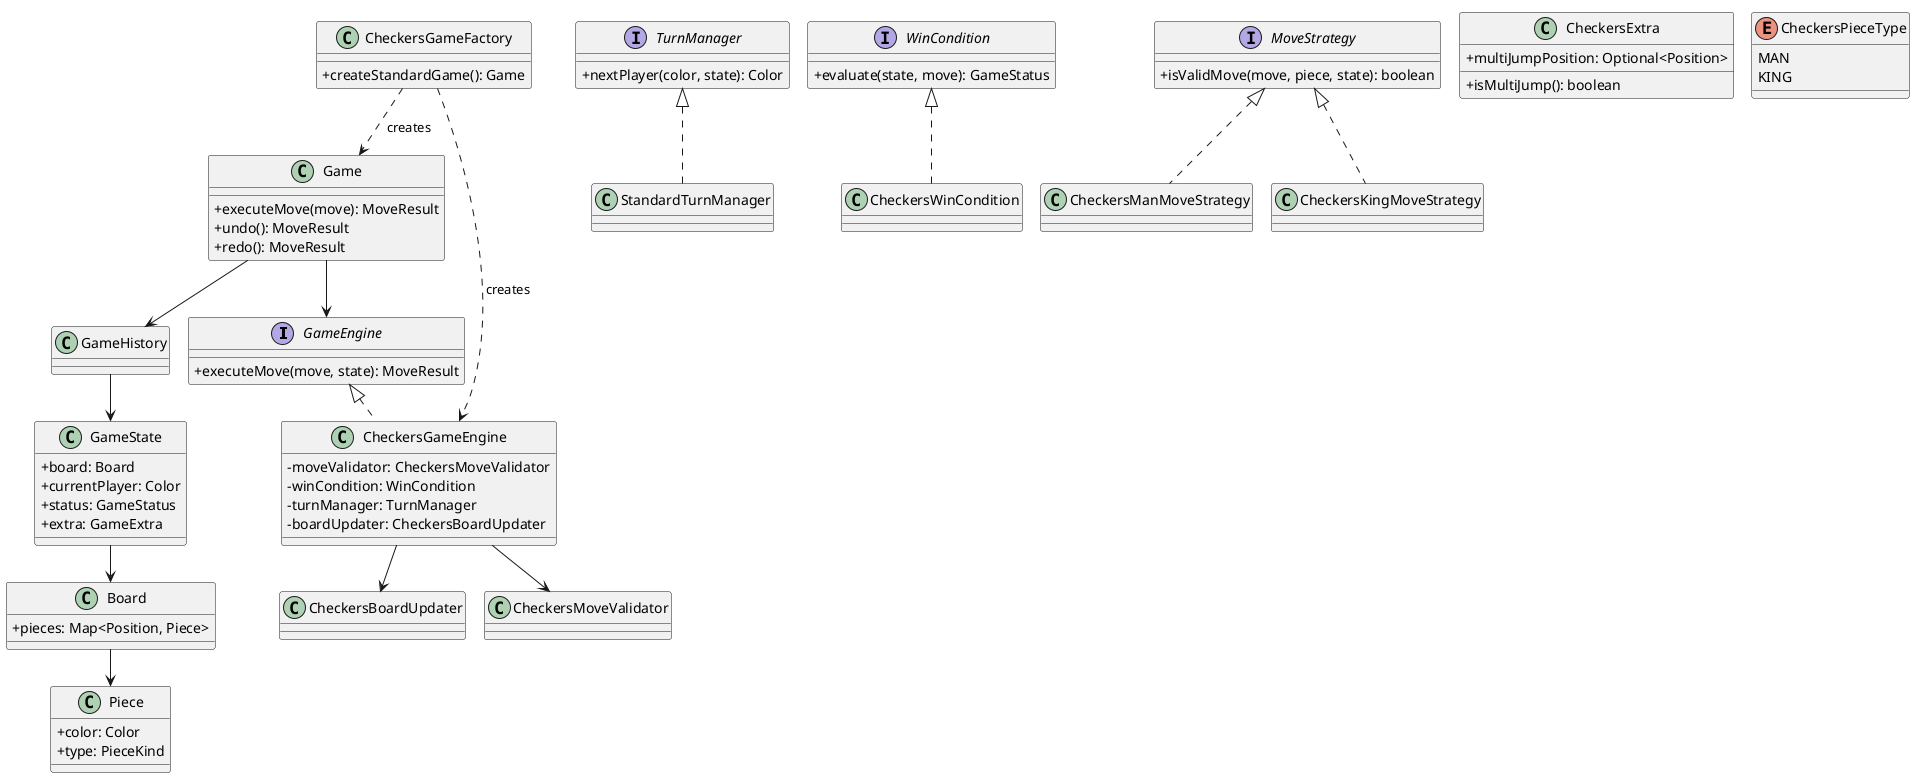
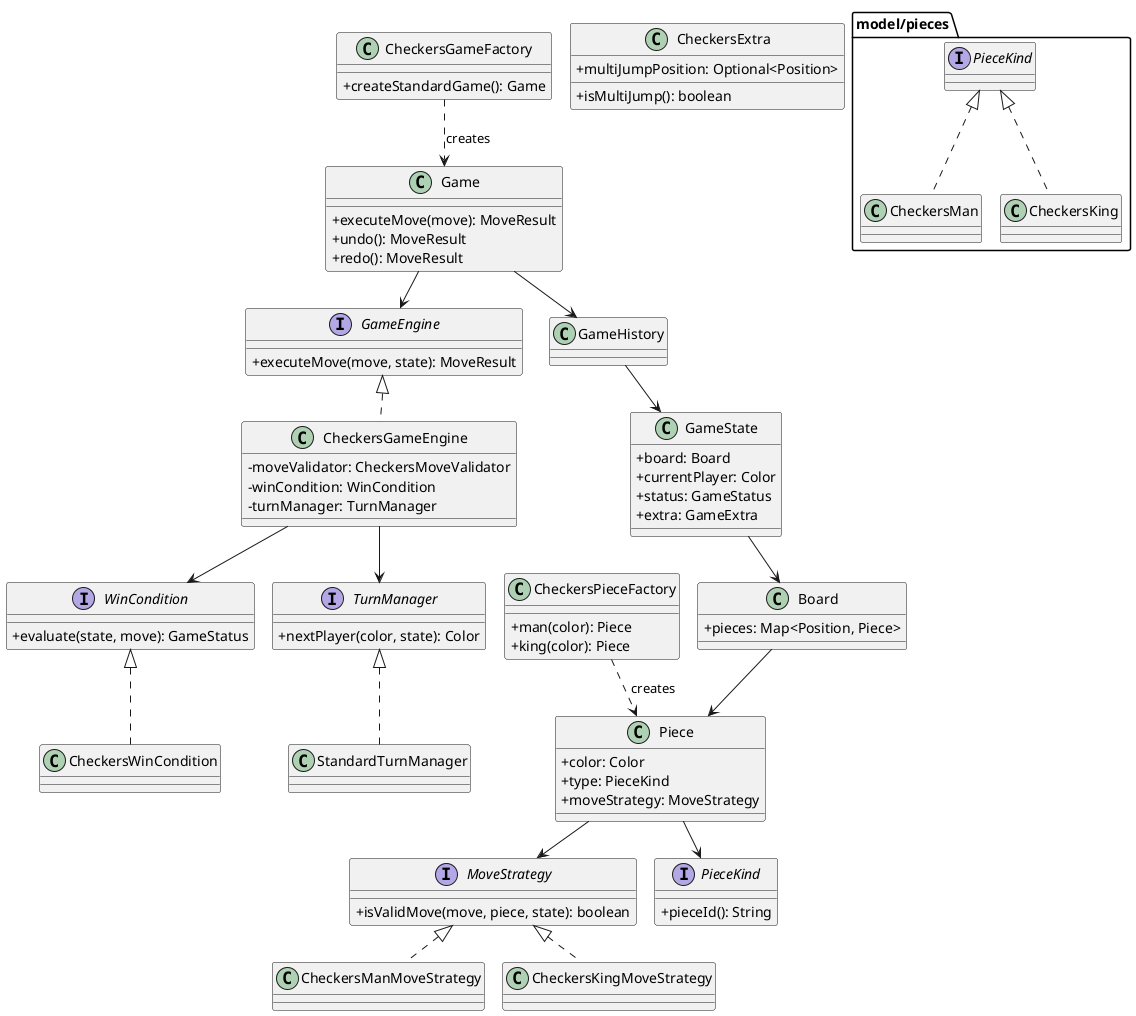
@startuml checkers-class-diagram
!pragma layout smetana
skinparam classAttributeIconSize 0

interface GameEngine {
  +executeMove(move, state): MoveResult
}
interface TurnManager {
  +nextPlayer(color, state): Color
}
interface WinCondition {
  +evaluate(state, move): GameStatus
}
interface MoveStrategy {
  +isValidMove(move, piece, state): boolean
+ }
+ interface PieceKind {
+   +pieceId(): String
}

class Game {
  +executeMove(move): MoveResult
  +undo(): MoveResult
  +redo(): MoveResult
}
class GameHistory
class GameState {
  +board: Board
  +currentPlayer: Color
  +status: GameStatus
  +extra: GameExtra
}
class Board {
  +pieces: Map<Position, Piece>
}
class Piece {
  +color: Color
  +type: PieceKind
+   +moveStrategy: MoveStrategy
}

+ package "model/pieces" {
+   class CheckersMan implements PieceKind
+   class CheckersKing implements PieceKind
+ }
+ 
+ class CheckersExtra {
+   +multiJumpPosition: Optional<Position>
+   +isMultiJump(): boolean
+ }
+ class CheckersPieceFactory {
+   +man(color): Piece
+   +king(color): Piece
+ }
+ class CheckersWinCondition implements WinCondition
+ class StandardTurnManager implements TurnManager
+ class CheckersManMoveStrategy implements MoveStrategy
+ class CheckersKingMoveStrategy implements MoveStrategy
class CheckersGameEngine implements GameEngine {
  -moveValidator: CheckersMoveValidator
  -winCondition: WinCondition
  -turnManager: TurnManager
-   -boardUpdater: CheckersBoardUpdater
}
- class CheckersExtra {
-   +multiJumpPosition: Optional<Position>
-   +isMultiJump(): boolean
- }
- enum CheckersPieceType {
-   MAN
-   KING
- }
- class CheckersMoveValidator
- class CheckersWinCondition implements WinCondition
- class StandardTurnManager implements TurnManager
- class CheckersManMoveStrategy implements MoveStrategy
- class CheckersKingMoveStrategy implements MoveStrategy
- class CheckersBoardUpdater
class CheckersGameFactory {
  +createStandardGame(): Game
}

Game --> GameEngine
Game --> GameHistory
GameHistory --> GameState
GameState --> Board
Board --> Piece
- CheckersGameEngine --> CheckersMoveValidator
- CheckersGameEngine --> CheckersBoardUpdater
+ Piece --> PieceKind
+ Piece --> MoveStrategy
+ CheckersGameEngine --> TurnManager
+ CheckersGameEngine --> WinCondition
CheckersGameFactory ..> Game : creates
- CheckersGameFactory ..> CheckersGameEngine : creates
+ CheckersPieceFactory ..> Piece : creates

@enduml